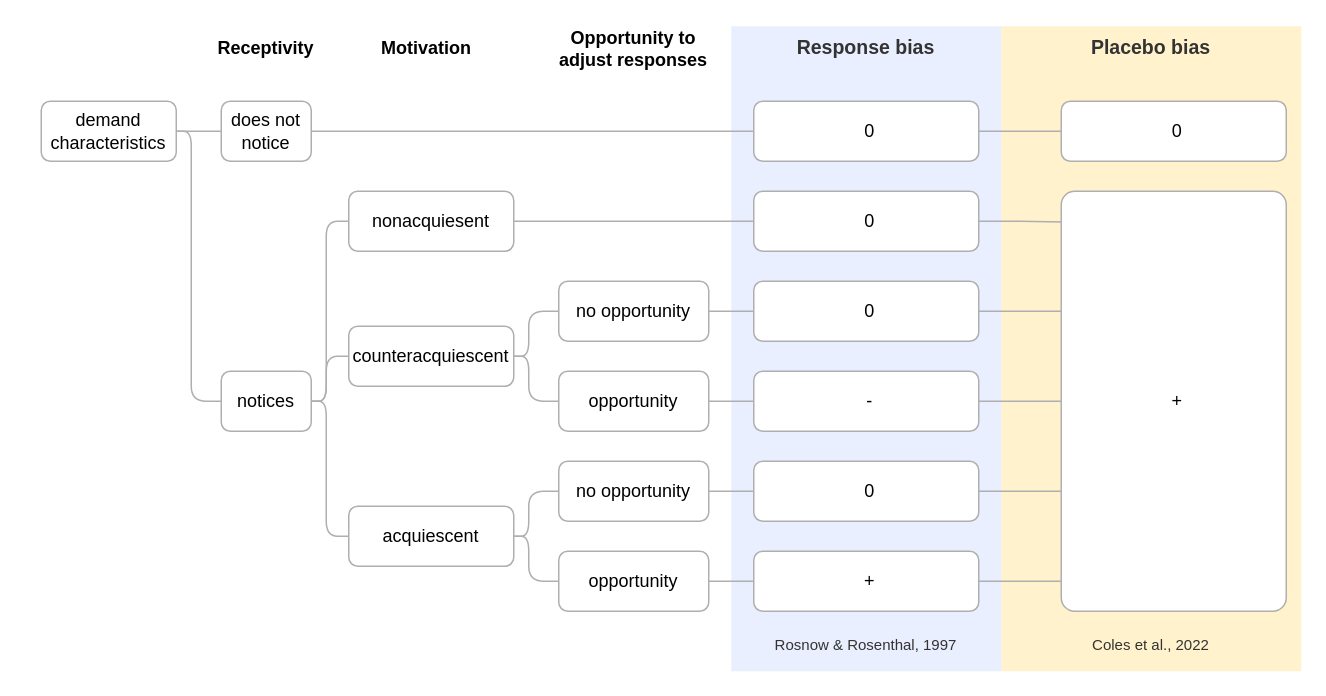
Before: page "FRAMEWORK" (1 of 14) of images/metaware_figures.drawio in ColesNicholas/metaware, a draw.io diagram. Source tidied: cells renumbered, new cells numbered last; positions are measured from the earlier drawing's top-left corner, leaving out a move shared by most shapes. Both pictures are drawn from the tidied source at 150%, with x=0, y=0 at pixel (26, 26).
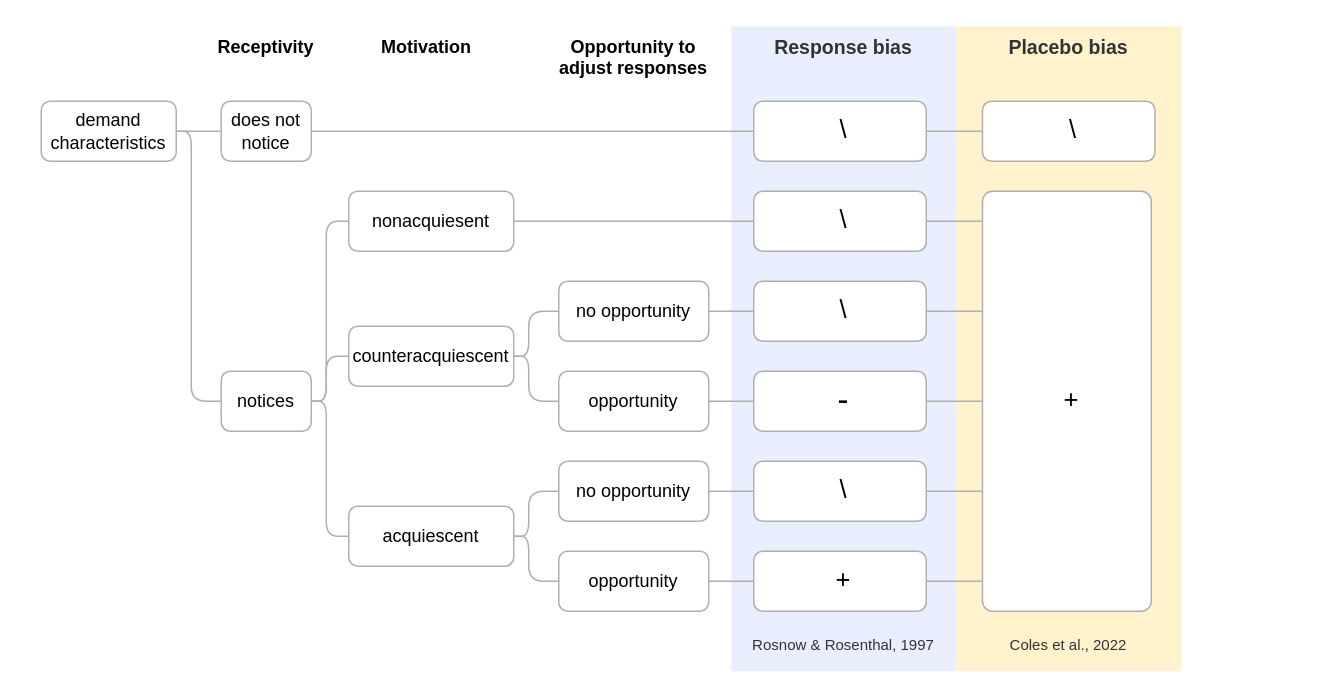
The same diagram, later.

The edit, as a diff of the source:
```diff
@@
     <mxCell id="3" value="&lt;b&gt;&lt;font style=&quot;font-size: 13px&quot;&gt;Placebo bias&lt;/font&gt;&lt;/b&gt;" style="rounded=0;whiteSpace=wrap;html=1;fillColor=#FFF2CC;fontColor=#333333;strokeColor=none;verticalAlign=top;align=center;" parent="1" vertex="1">
-      <mxGeometry x="650" width="200" height="430" as="geometry" />
+      <mxGeometry x="620" width="150" height="430" as="geometry" />
     </mxCell>
     <mxCell id="4" value="&lt;b&gt;&lt;font style=&quot;font-size: 13px&quot;&gt;Response bias&lt;/font&gt;&lt;/b&gt;" style="rounded=0;whiteSpace=wrap;html=1;fillColor=#EAEFFF;fontColor=#333333;strokeColor=none;verticalAlign=top;align=center;" parent="1" vertex="1">
-      <mxGeometry x="470" width="180" height="430" as="geometry" />
+      <mxGeometry x="470" width="150" height="430" as="geometry" />
     </mxCell>
@@
-    <mxCell id="27" value="&lt;span&gt;0&lt;/span&gt;" style="rounded=1;whiteSpace=wrap;html=1;fontColor=#000000;spacingLeft=5;align=center;strokeColor=#AFAFAF;" parent="1" vertex="1">
-      <mxGeometry x="485" y="110" width="150" height="40" as="geometry" />
+    <mxCell id="27" value="&lt;span style=&quot;font-size: 17px;&quot;&gt;\&lt;/span&gt;" style="rounded=1;whiteSpace=wrap;html=1;fontColor=#000000;spacingLeft=5;align=center;strokeColor=#AFAFAF;fontStyle=0;fontSize=17;" parent="1" vertex="1">
+      <mxGeometry x="485" y="110" width="115" height="40" as="geometry" />
     </mxCell>
@@
-    <mxCell id="29" value="&lt;font&gt;0&lt;/font&gt;" style="rounded=1;whiteSpace=wrap;html=1;fontColor=#000000;align=center;spacingLeft=5;strokeColor=#AFAFAF;" parent="1" vertex="1">
-      <mxGeometry x="485" y="170" width="150" height="40" as="geometry" />
+    <mxCell id="29" value="\" style="rounded=1;whiteSpace=wrap;html=1;fontColor=#000000;align=center;spacingLeft=5;strokeColor=#AFAFAF;fontStyle=0;fontSize=17;" parent="1" vertex="1">
+      <mxGeometry x="485" y="170" width="115" height="40" as="geometry" />
     </mxCell>
@@
-    <mxCell id="31" value="&lt;font&gt;-&lt;/font&gt;" style="rounded=1;whiteSpace=wrap;html=1;fontColor=#000000;align=center;spacingLeft=5;strokeColor=#AFAFAF;" parent="1" vertex="1">
-      <mxGeometry x="485" y="230" width="150" height="40" as="geometry" />
+    <mxCell id="31" value="&lt;font style=&quot;font-size: 22px;&quot;&gt;-&lt;/font&gt;" style="rounded=1;whiteSpace=wrap;html=1;fontColor=#000000;align=center;spacingLeft=5;strokeColor=#AFAFAF;fontStyle=0;fontSize=22;" parent="1" vertex="1">
+      <mxGeometry x="485" y="230" width="115" height="40" as="geometry" />
     </mxCell>
@@
-    <mxCell id="33" value="0" style="rounded=1;whiteSpace=wrap;html=1;fontColor=#000000;align=center;spacingLeft=5;strokeColor=#AFAFAF;" parent="1" vertex="1">
-      <mxGeometry x="485" y="50" width="150" height="40" as="geometry" />
+    <mxCell id="33" value="\" style="rounded=1;whiteSpace=wrap;html=1;fontColor=#000000;align=center;spacingLeft=5;strokeColor=#AFAFAF;fontStyle=0;fontSize=17;" parent="1" vertex="1">
+      <mxGeometry x="485" y="50" width="115" height="40" as="geometry" />
     </mxCell>
@@
-    <mxCell id="39" value="&lt;font&gt;0&lt;/font&gt;" style="rounded=1;whiteSpace=wrap;html=1;fontColor=#000000;align=center;spacingLeft=5;strokeColor=#AFAFAF;" parent="1" vertex="1">
-      <mxGeometry x="485" y="290" width="150" height="40" as="geometry" />
+    <mxCell id="39" value="&lt;font style=&quot;font-size: 17px;&quot;&gt;\&lt;/font&gt;" style="rounded=1;whiteSpace=wrap;html=1;fontColor=#000000;align=center;spacingLeft=5;strokeColor=#AFAFAF;fontStyle=0;fontSize=17;" parent="1" vertex="1">
+      <mxGeometry x="485" y="290" width="115" height="40" as="geometry" />
     </mxCell>
@@
-    <mxCell id="41" value="&lt;font&gt;+&lt;/font&gt;" style="rounded=1;whiteSpace=wrap;html=1;fontColor=#000000;align=center;spacingLeft=5;strokeColor=#AFAFAF;" parent="1" vertex="1">
-      <mxGeometry x="485" y="350" width="150" height="40" as="geometry" />
+    <mxCell id="41" value="&lt;font style=&quot;font-size: 17px;&quot;&gt;+&lt;/font&gt;" style="rounded=1;whiteSpace=wrap;html=1;fontColor=#000000;align=center;spacingLeft=5;strokeColor=#AFAFAF;fontStyle=0;fontSize=17;" parent="1" vertex="1">
+      <mxGeometry x="485" y="350" width="115" height="40" as="geometry" />
     </mxCell>
-    <mxCell id="42" value="&lt;font&gt;+&lt;br&gt;&lt;/font&gt;" style="rounded=1;whiteSpace=wrap;html=1;fontColor=#000000;spacingLeft=5;align=center;strokeColor=#AFAFAF;arcSize=6;" parent="1" vertex="1">
-      <mxGeometry x="690" y="110" width="150" height="280" as="geometry" />
+    <mxCell id="42" value="&lt;font style=&quot;font-size: 17px;&quot;&gt;+&lt;br style=&quot;font-size: 17px;&quot;&gt;&lt;/font&gt;" style="rounded=1;whiteSpace=wrap;html=1;fontColor=#000000;spacingLeft=5;align=center;strokeColor=#AFAFAF;arcSize=6;fontStyle=0;fontSize=17;" parent="1" vertex="1">
+      <mxGeometry x="637.5" y="110" width="112.5" height="280" as="geometry" />
     </mxCell>
-    <mxCell id="43" value="0" style="rounded=1;whiteSpace=wrap;html=1;fontColor=#000000;align=center;spacingLeft=5;strokeColor=#AFAFAF;" parent="1" vertex="1">
-      <mxGeometry x="690" y="50" width="150" height="40" as="geometry" />
+    <mxCell id="43" value="\" style="rounded=1;whiteSpace=wrap;html=1;fontColor=#000000;align=center;spacingLeft=5;strokeColor=#AFAFAF;fontStyle=0;fontSize=17;" parent="1" vertex="1">
+      <mxGeometry x="637.5" y="50" width="115" height="40" as="geometry" />
     </mxCell>
-    <mxCell id="44" value="&lt;b&gt;Receptivity&lt;/b&gt;" style="text;html=1;strokeColor=none;fillColor=none;align=center;verticalAlign=middle;whiteSpace=wrap;rounded=0;" parent="1" vertex="1">
+    <mxCell id="44" value="&lt;b&gt;Receptivity&lt;/b&gt;" style="text;html=1;strokeColor=none;fillColor=none;align=center;verticalAlign=top;whiteSpace=wrap;rounded=0;" parent="1" vertex="1">
       <mxGeometry x="130" width="60" height="30" as="geometry" />
     </mxCell>
-    <mxCell id="45" value="&lt;b&gt;Motivation&lt;/b&gt;" style="text;html=1;strokeColor=none;fillColor=none;align=center;verticalAlign=middle;whiteSpace=wrap;rounded=0;" parent="1" vertex="1">
+    <mxCell id="45" value="&lt;b&gt;Motivation&lt;/b&gt;" style="text;html=1;strokeColor=none;fillColor=none;align=center;verticalAlign=top;whiteSpace=wrap;rounded=0;" parent="1" vertex="1">
       <mxGeometry x="207" width="120" height="30" as="geometry" />
     </mxCell>
-    <mxCell id="46" value="&lt;b&gt;Opportunity to adjust responses&lt;/b&gt;" style="text;html=1;strokeColor=none;fillColor=none;align=center;verticalAlign=middle;whiteSpace=wrap;rounded=0;" parent="1" vertex="1">
+    <mxCell id="46" value="&lt;b&gt;Opportunity to adjust responses&lt;/b&gt;" style="text;html=1;strokeColor=none;fillColor=none;align=center;verticalAlign=top;whiteSpace=wrap;rounded=0;" parent="1" vertex="1">
       <mxGeometry x="345" width="120" height="30" as="geometry" />
     </mxCell>
     <mxCell id="47" value="&lt;span style=&quot;color: rgb(51, 51, 51); font-family: Helvetica; font-size: 10px; font-style: normal; font-variant-ligatures: normal; font-variant-caps: normal; letter-spacing: normal; orphans: 2; text-indent: 0px; text-transform: none; widows: 2; word-spacing: 0px; -webkit-text-stroke-width: 0px; text-decoration-thickness: initial; text-decoration-style: initial; text-decoration-color: initial;&quot;&gt;&lt;font style=&quot;font-size: 10px;&quot;&gt;Rosnow &amp;amp; Rosenthal, 1997&lt;/font&gt;&lt;/span&gt;" style="text;whiteSpace=wrap;html=1;align=center;fillColor=none;fontStyle=0;fontSize=10;" parent="1" vertex="1">
-      <mxGeometry x="470" y="400" width="180" height="30" as="geometry" />
+      <mxGeometry x="470" y="400" width="150" height="30" as="geometry" />
     </mxCell>
     <mxCell id="48" value="&lt;span style=&quot;color: rgb(51, 51, 51); font-family: Helvetica; font-size: 10px; font-style: normal; font-variant-ligatures: normal; font-variant-caps: normal; letter-spacing: normal; orphans: 2; text-indent: 0px; text-transform: none; widows: 2; word-spacing: 0px; -webkit-text-stroke-width: 0px; text-decoration-thickness: initial; text-decoration-style: initial; text-decoration-color: initial;&quot;&gt;&lt;font style=&quot;font-size: 10px;&quot;&gt;Coles et al., 2022&lt;/font&gt;&lt;/span&gt;" style="text;whiteSpace=wrap;html=1;align=center;fillColor=none;fontStyle=0;fontSize=10;" parent="1" vertex="1">
-      <mxGeometry x="650" y="400" width="200" height="30" as="geometry" />
+      <mxGeometry x="620" y="400" width="150" height="30" as="geometry" />
     </mxCell>
```
